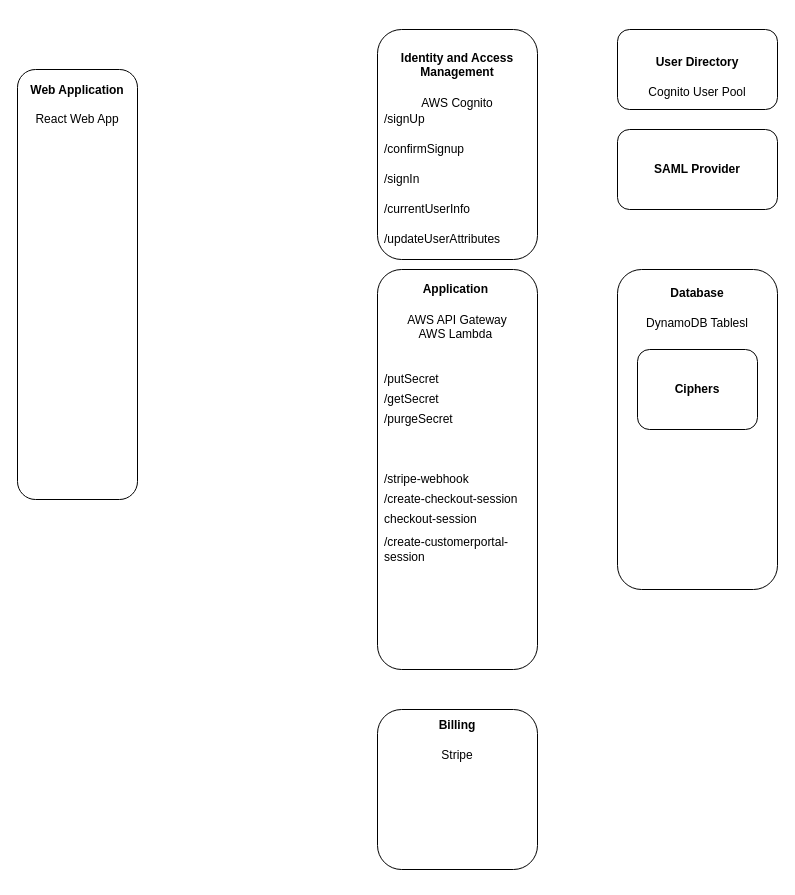
Earlier version of the draw.io diagram page "Application Architecture" (1 of 5) of Shhh.drawio (ciaran-finnegan/secret-sharer-client). Source tidied: cells renumbered, new cells numbered last; positions are measured from the earlier drawing's top-left corner, leaving out a move shared by most shapes. Both pictures are drawn from the tidied source at 100%, with x=0, y=0 at pixel (17, 29).
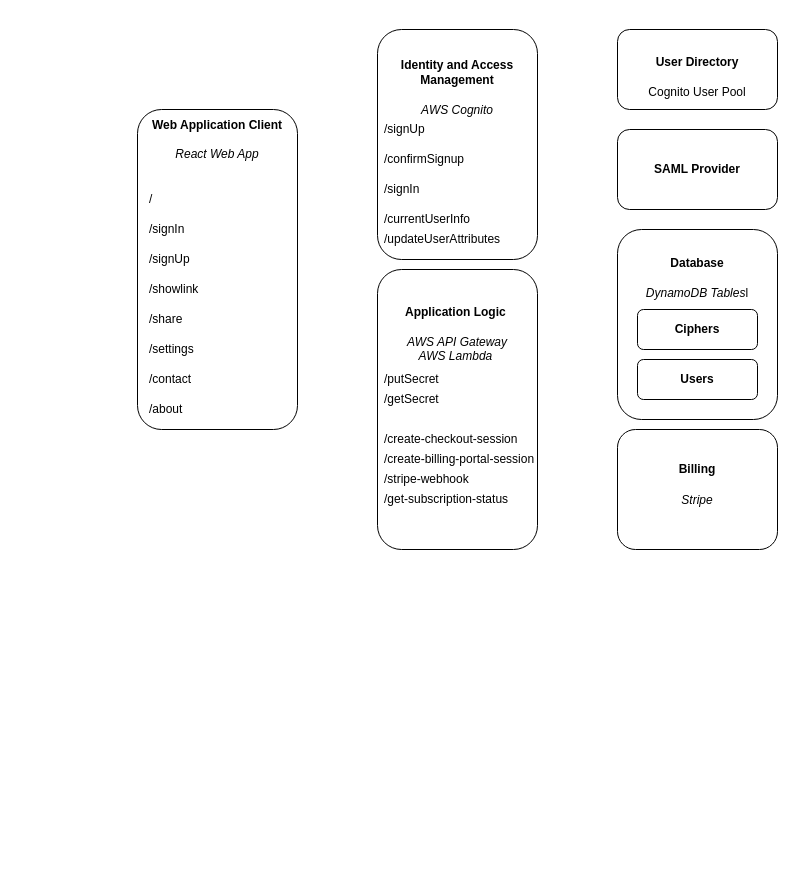
Above is the later version.

Change to the diagram source:
```diff
@@
-    <mxCell id="2" value="&lt;h4&gt;Identity and Access Management&lt;/h4&gt;AWS Cognito&lt;br&gt;&lt;br&gt;&lt;br&gt;&lt;br&gt;&lt;br&gt;&lt;br&gt;&lt;br&gt;&lt;br&gt;&lt;br&gt;&lt;br&gt;&lt;br&gt;" style="rounded=1;whiteSpace=wrap;html=1;rotation=0;" parent="1" vertex="1">
+    <mxCell id="2" value="&lt;h4&gt;Identity and Access Management&lt;/h4&gt;&lt;i&gt;AWS Cognito&lt;/i&gt;&lt;br&gt;&lt;br&gt;&lt;br&gt;&lt;br&gt;&lt;br&gt;&lt;br&gt;&lt;br&gt;&lt;br&gt;&lt;br&gt;&lt;br&gt;" style="rounded=1;whiteSpace=wrap;html=1;rotation=0;" parent="1" vertex="1">
       <mxGeometry x="360" width="160" height="230" as="geometry" />
     </mxCell>
-    <mxCell id="3" value="&lt;h4&gt;Billing&lt;/h4&gt;Stripe&lt;br&gt;&lt;br&gt;&lt;br&gt;&lt;br&gt;&lt;br&gt;&lt;br&gt;&lt;br&gt;&lt;br&gt;&lt;br&gt;" style="rounded=1;whiteSpace=wrap;html=1;rotation=0;" parent="1" vertex="1">
-      <mxGeometry x="360" y="680" width="160" height="160" as="geometry" />
+    <mxCell id="3" value="&lt;h4&gt;&lt;br&gt;&lt;/h4&gt;&lt;h4&gt;&lt;br&gt;&lt;/h4&gt;&lt;h4&gt;Billing&lt;/h4&gt;&lt;i&gt;Stripe&lt;/i&gt;&lt;br&gt;&lt;br&gt;&lt;br&gt;&lt;br&gt;&lt;br&gt;&lt;br&gt;&lt;br&gt;" style="rounded=1;whiteSpace=wrap;html=1;rotation=0;" parent="1" vertex="1">
+      <mxGeometry x="600" y="400" width="160" height="120" as="geometry" />
     </mxCell>
-    <mxCell id="4" value="&lt;h4&gt;Application&amp;nbsp;&lt;/h4&gt;AWS API Gateway&lt;br&gt;AWS Lambda&amp;nbsp;&lt;br&gt;&lt;br&gt;&lt;br&gt;&lt;br&gt;&lt;br&gt;&lt;br&gt;&lt;br&gt;&lt;br&gt;&lt;br&gt;&lt;br&gt;&lt;br&gt;&lt;br&gt;&lt;br&gt;&lt;br&gt;&lt;br&gt;&lt;br&gt;&lt;br&gt;&lt;br&gt;&lt;br&gt;&lt;br&gt;&lt;br&gt;&lt;br&gt;&lt;br&gt;&lt;br&gt;" style="rounded=1;whiteSpace=wrap;html=1;rotation=0;" parent="1" vertex="1">
-      <mxGeometry x="360" y="240" width="160" height="400" as="geometry" />
+    <mxCell id="4" value="&lt;h4&gt;&lt;br&gt;&lt;/h4&gt;&lt;h4&gt;&lt;br&gt;&lt;/h4&gt;&lt;h4&gt;&lt;br&gt;&lt;/h4&gt;&lt;h4&gt;&lt;br&gt;&lt;/h4&gt;&lt;h4&gt;Application Logic&amp;nbsp;&lt;/h4&gt;&lt;i&gt;AWS API Gateway&lt;br&gt;AWS Lambda&lt;/i&gt;&amp;nbsp;&lt;br&gt;&lt;br&gt;&lt;br&gt;&lt;br&gt;&lt;br&gt;&lt;br&gt;&lt;br&gt;&lt;br&gt;&lt;br&gt;&lt;br&gt;&lt;br&gt;&lt;br&gt;&lt;br&gt;&lt;br&gt;&lt;br&gt;&lt;br&gt;&lt;br&gt;&lt;br&gt;&lt;br&gt;&lt;br&gt;&lt;br&gt;" style="rounded=1;whiteSpace=wrap;html=1;rotation=0;" parent="1" vertex="1">
+      <mxGeometry x="360" y="240" width="160" height="280" as="geometry" />
     </mxCell>
     <mxCell id="5" value="/signUp" style="text;html=1;strokeColor=none;fillColor=none;align=left;verticalAlign=middle;whiteSpace=wrap;rounded=0;" parent="1" vertex="1">
-      <mxGeometry x="365" y="80" width="40" height="20" as="geometry" />
+      <mxGeometry x="365" y="90" width="40" height="20" as="geometry" />
     </mxCell>
     <mxCell id="6" value="/confirmSignup" style="text;html=1;strokeColor=none;fillColor=none;align=left;verticalAlign=middle;whiteSpace=wrap;rounded=0;" parent="1" vertex="1">
-      <mxGeometry x="365" y="110" width="40" height="20" as="geometry" />
+      <mxGeometry x="365" y="120" width="40" height="20" as="geometry" />
     </mxCell>
     <mxCell id="7" value="/signIn" style="text;html=1;strokeColor=none;fillColor=none;align=left;verticalAlign=middle;whiteSpace=wrap;rounded=0;" parent="1" vertex="1">
-      <mxGeometry x="365" y="140" width="40" height="20" as="geometry" />
+      <mxGeometry x="365" y="150" width="40" height="20" as="geometry" />
     </mxCell>
@@
-    <mxCell id="9" value="&lt;div&gt;&lt;b&gt;Web Application&lt;/b&gt;&lt;/div&gt;&lt;div&gt;&lt;b&gt;&lt;br&gt;&lt;/b&gt;&lt;/div&gt;&lt;div&gt;React Web App&lt;/div&gt;&lt;div&gt;&lt;br&gt;&lt;/div&gt;&lt;div&gt;&lt;br&gt;&lt;/div&gt;&lt;div&gt;&lt;br&gt;&lt;/div&gt;&lt;div&gt;&lt;br&gt;&lt;/div&gt;&lt;div&gt;&lt;br&gt;&lt;/div&gt;&lt;div&gt;&lt;br&gt;&lt;/div&gt;&lt;div&gt;&lt;br&gt;&lt;/div&gt;&lt;div&gt;&lt;br&gt;&lt;/div&gt;&lt;div&gt;&lt;br&gt;&lt;/div&gt;&lt;div&gt;&lt;br&gt;&lt;/div&gt;&lt;div&gt;&lt;br&gt;&lt;/div&gt;&lt;div&gt;&lt;br&gt;&lt;/div&gt;&lt;div&gt;&lt;br&gt;&lt;/div&gt;&lt;div&gt;&lt;br&gt;&lt;/div&gt;&lt;div&gt;&lt;br&gt;&lt;/div&gt;&lt;div&gt;&lt;br&gt;&lt;/div&gt;&lt;div&gt;&lt;br&gt;&lt;/div&gt;&lt;div&gt;&lt;br&gt;&lt;/div&gt;&lt;div&gt;&lt;br&gt;&lt;/div&gt;&lt;div&gt;&lt;br&gt;&lt;/div&gt;&lt;div&gt;&lt;br&gt;&lt;/div&gt;&lt;div&gt;&lt;br&gt;&lt;/div&gt;&lt;div&gt;&lt;br&gt;&lt;/div&gt;&lt;div&gt;&lt;br&gt;&lt;/div&gt;&lt;div&gt;&lt;br&gt;&lt;/div&gt;" style="rounded=1;whiteSpace=wrap;html=1;align=center;" parent="1" vertex="1">
-      <mxGeometry y="40" width="120" height="430" as="geometry" />
+    <mxCell id="9" value="&lt;div&gt;&lt;b&gt;&lt;br&gt;&lt;/b&gt;&lt;/div&gt;&lt;div&gt;&lt;b&gt;&lt;br&gt;&lt;/b&gt;&lt;/div&gt;&lt;div&gt;&lt;b&gt;&lt;br&gt;&lt;/b&gt;&lt;/div&gt;&lt;div&gt;&lt;b&gt;&lt;br&gt;&lt;/b&gt;&lt;/div&gt;&lt;div&gt;&lt;b&gt;&lt;br&gt;&lt;/b&gt;&lt;/div&gt;&lt;div&gt;&lt;b&gt;&lt;br&gt;&lt;/b&gt;&lt;/div&gt;&lt;div&gt;&lt;b&gt;&lt;br&gt;&lt;/b&gt;&lt;/div&gt;&lt;div&gt;&lt;b&gt;Web Application Client&lt;/b&gt;&lt;/div&gt;&lt;div&gt;&lt;b&gt;&lt;br&gt;&lt;/b&gt;&lt;/div&gt;&lt;div&gt;&lt;i&gt;React Web App&lt;/i&gt;&lt;/div&gt;&lt;div&gt;&lt;br&gt;&lt;/div&gt;&lt;div&gt;&lt;br&gt;&lt;/div&gt;&lt;div&gt;&lt;br&gt;&lt;/div&gt;&lt;div&gt;&lt;br&gt;&lt;/div&gt;&lt;div&gt;&lt;br&gt;&lt;/div&gt;&lt;div&gt;&lt;br&gt;&lt;/div&gt;&lt;div&gt;&lt;br&gt;&lt;/div&gt;&lt;div&gt;&lt;br&gt;&lt;/div&gt;&lt;div&gt;&lt;br&gt;&lt;/div&gt;&lt;div&gt;&lt;br&gt;&lt;/div&gt;&lt;div&gt;&lt;br&gt;&lt;/div&gt;&lt;div&gt;&lt;br&gt;&lt;/div&gt;&lt;div&gt;&lt;br&gt;&lt;/div&gt;&lt;div&gt;&lt;br&gt;&lt;/div&gt;&lt;div&gt;&lt;br&gt;&lt;/div&gt;&lt;div&gt;&lt;br&gt;&lt;/div&gt;&lt;div&gt;&lt;br&gt;&lt;/div&gt;&lt;div&gt;&lt;br&gt;&lt;/div&gt;&lt;div&gt;&lt;br&gt;&lt;/div&gt;&lt;div&gt;&lt;br&gt;&lt;/div&gt;&lt;div&gt;&lt;br&gt;&lt;/div&gt;&lt;div&gt;&lt;br&gt;&lt;/div&gt;&lt;div&gt;&lt;br&gt;&lt;/div&gt;&lt;div&gt;&lt;br&gt;&lt;/div&gt;&lt;div&gt;&lt;br&gt;&lt;/div&gt;" style="rounded=1;whiteSpace=wrap;html=1;align=center;" parent="1" vertex="1">
+      <mxGeometry x="120" y="80" width="160" height="320" as="geometry" />
     </mxCell>
-    <mxCell id="10" value="&lt;h4&gt;Database&lt;/h4&gt;DynamoDB Tablesl&lt;br&gt;&lt;br&gt;&lt;br&gt;&lt;br&gt;&lt;br&gt;&lt;br&gt;&lt;br&gt;&lt;br&gt;&lt;br&gt;&lt;br&gt;&lt;br&gt;&lt;br&gt;&lt;br&gt;&lt;br&gt;&lt;br&gt;&lt;br&gt;&lt;br&gt;&lt;br&gt;&lt;br&gt;" style="rounded=1;whiteSpace=wrap;html=1;rotation=0;" parent="1" vertex="1">
-      <mxGeometry x="600" y="240" width="160" height="320" as="geometry" />
+    <mxCell id="10" value="&lt;h4&gt;&lt;br&gt;&lt;/h4&gt;&lt;h4&gt;&lt;br&gt;&lt;/h4&gt;&lt;h4&gt;&lt;br&gt;&lt;/h4&gt;&lt;h4&gt;&lt;br&gt;&lt;/h4&gt;&lt;h4&gt;Database&lt;/h4&gt;&lt;i&gt;DynamoDB Tables&lt;/i&gt;l&lt;br&gt;&lt;br&gt;&lt;br&gt;&lt;br&gt;&lt;br&gt;&lt;br&gt;&lt;br&gt;&lt;br&gt;&lt;br&gt;&lt;br&gt;&lt;br&gt;&lt;br&gt;&lt;br&gt;&lt;br&gt;&lt;br&gt;&lt;br&gt;&lt;br&gt;" style="rounded=1;whiteSpace=wrap;html=1;rotation=0;" parent="1" vertex="1">
+      <mxGeometry x="600" y="200" width="160" height="190" as="geometry" />
     </mxCell>
     <mxCell id="11" value="&lt;h4&gt;Ciphers&lt;/h4&gt;" style="rounded=1;whiteSpace=wrap;html=1;rotation=0;" parent="1" vertex="1">
-      <mxGeometry x="620" y="320" width="120" height="80" as="geometry" />
+      <mxGeometry x="620" y="280" width="120" height="40" as="geometry" />
     </mxCell>
@@
-    <mxCell id="15" value="/purgeSecret" style="text;html=1;strokeColor=none;fillColor=none;align=left;verticalAlign=middle;whiteSpace=wrap;rounded=0;" parent="1" vertex="1">
-      <mxGeometry x="365" y="380" width="40" height="20" as="geometry" />
-    </mxCell>
     <mxCell id="16" value="/create-checkout-session" style="text;html=1;strokeColor=none;fillColor=none;align=left;verticalAlign=middle;whiteSpace=wrap;rounded=0;" parent="1" vertex="1">
-      <mxGeometry x="365" y="460" width="145" height="20" as="geometry" />
+      <mxGeometry x="365" y="400" width="145" height="20" as="geometry" />
     </mxCell>
     <mxCell id="17" value="/currentUserInfo" style="text;html=1;strokeColor=none;fillColor=none;align=left;verticalAlign=middle;whiteSpace=wrap;rounded=0;" parent="1" vertex="1">
-      <mxGeometry x="365" y="170" width="40" height="20" as="geometry" />
+      <mxGeometry x="365" y="180" width="40" height="20" as="geometry" />
     </mxCell>
@@
-    <mxCell id="19" value="/create-customerportal-session" style="text;html=1;strokeColor=none;fillColor=none;align=left;verticalAlign=middle;whiteSpace=wrap;rounded=0;" parent="1" vertex="1">
-      <mxGeometry x="365" y="510" width="145" height="20" as="geometry" />
-    </mxCell>
@@
-    <mxCell id="21" value="checkout-session" style="text;html=1;strokeColor=none;fillColor=none;align=left;verticalAlign=middle;whiteSpace=wrap;rounded=0;" parent="1" vertex="1">
-      <mxGeometry x="365" y="480" width="145" height="20" as="geometry" />
-    </mxCell>
+    <mxCell id="22" value="/" style="text;html=1;strokeColor=none;fillColor=none;align=left;verticalAlign=middle;whiteSpace=wrap;rounded=0;" parent="1" vertex="1">
+      <mxGeometry x="130" y="160" width="40" height="20" as="geometry" />
+    </mxCell>
+    <mxCell id="23" value="/signIn" style="text;html=1;strokeColor=none;fillColor=none;align=left;verticalAlign=middle;whiteSpace=wrap;rounded=0;" parent="1" vertex="1">
+      <mxGeometry x="130" y="190" width="40" height="20" as="geometry" />
+    </mxCell>
+    <mxCell id="24" value="/signUp" style="text;html=1;strokeColor=none;fillColor=none;align=left;verticalAlign=middle;whiteSpace=wrap;rounded=0;" parent="1" vertex="1">
+      <mxGeometry x="130" y="220" width="40" height="20" as="geometry" />
+    </mxCell>
+    <mxCell id="25" value="/showlink" style="text;html=1;strokeColor=none;fillColor=none;align=left;verticalAlign=middle;whiteSpace=wrap;rounded=0;" parent="1" vertex="1">
+      <mxGeometry x="130" y="250" width="40" height="20" as="geometry" />
+    </mxCell>
+    <mxCell id="26" value="/share" style="text;html=1;strokeColor=none;fillColor=none;align=left;verticalAlign=middle;whiteSpace=wrap;rounded=0;" parent="1" vertex="1">
+      <mxGeometry x="130" y="280" width="40" height="20" as="geometry" />
+    </mxCell>
+    <mxCell id="27" value="/settings" style="text;html=1;strokeColor=none;fillColor=none;align=left;verticalAlign=middle;whiteSpace=wrap;rounded=0;" parent="1" vertex="1">
+      <mxGeometry x="130" y="310" width="40" height="20" as="geometry" />
+    </mxCell>
+    <mxCell id="28" value="/contact" style="text;html=1;strokeColor=none;fillColor=none;align=left;verticalAlign=middle;whiteSpace=wrap;rounded=0;" parent="1" vertex="1">
+      <mxGeometry x="130" y="340" width="40" height="20" as="geometry" />
+    </mxCell>
+    <mxCell id="29" value="/about" style="text;html=1;strokeColor=none;fillColor=none;align=left;verticalAlign=middle;whiteSpace=wrap;rounded=0;" parent="1" vertex="1">
+      <mxGeometry x="130" y="370" width="40" height="20" as="geometry" />
+    </mxCell>
+    <mxCell id="30" value="/get-subscription-status" style="text;html=1;strokeColor=none;fillColor=none;align=left;verticalAlign=middle;whiteSpace=wrap;rounded=0;" parent="1" vertex="1">
+      <mxGeometry x="365" y="460" width="145" height="20" as="geometry" />
+    </mxCell>
+    <mxCell id="31" value="/create-billing-portal-session" style="text;html=1;strokeColor=none;fillColor=none;align=left;verticalAlign=middle;whiteSpace=wrap;rounded=0;" parent="1" vertex="1">
+      <mxGeometry x="365" y="420" width="155" height="20" as="geometry" />
+    </mxCell>
+    <mxCell id="32" style="edgeStyle=orthogonalEdgeStyle;rounded=0;orthogonalLoop=1;jettySize=auto;html=1;exitX=0.5;exitY=1;exitDx=0;exitDy=0;" parent="1" edge="1" source="4" target="4">
+      <mxGeometry relative="1" as="geometry" />
+    </mxCell>
+    <mxCell id="33" value="&lt;h4&gt;Users&lt;/h4&gt;" style="rounded=1;whiteSpace=wrap;html=1;rotation=0;" parent="1" vertex="1">
+      <mxGeometry x="620" y="330" width="120" height="40" as="geometry" />
+    </mxCell>
+    <mxCell id="34" style="edgeStyle=orthogonalEdgeStyle;rounded=0;orthogonalLoop=1;jettySize=auto;html=1;exitX=0.5;exitY=1;exitDx=0;exitDy=0;" parent="1" edge="1" source="9" target="9">
+      <mxGeometry relative="1" as="geometry" />
+    </mxCell>
```
